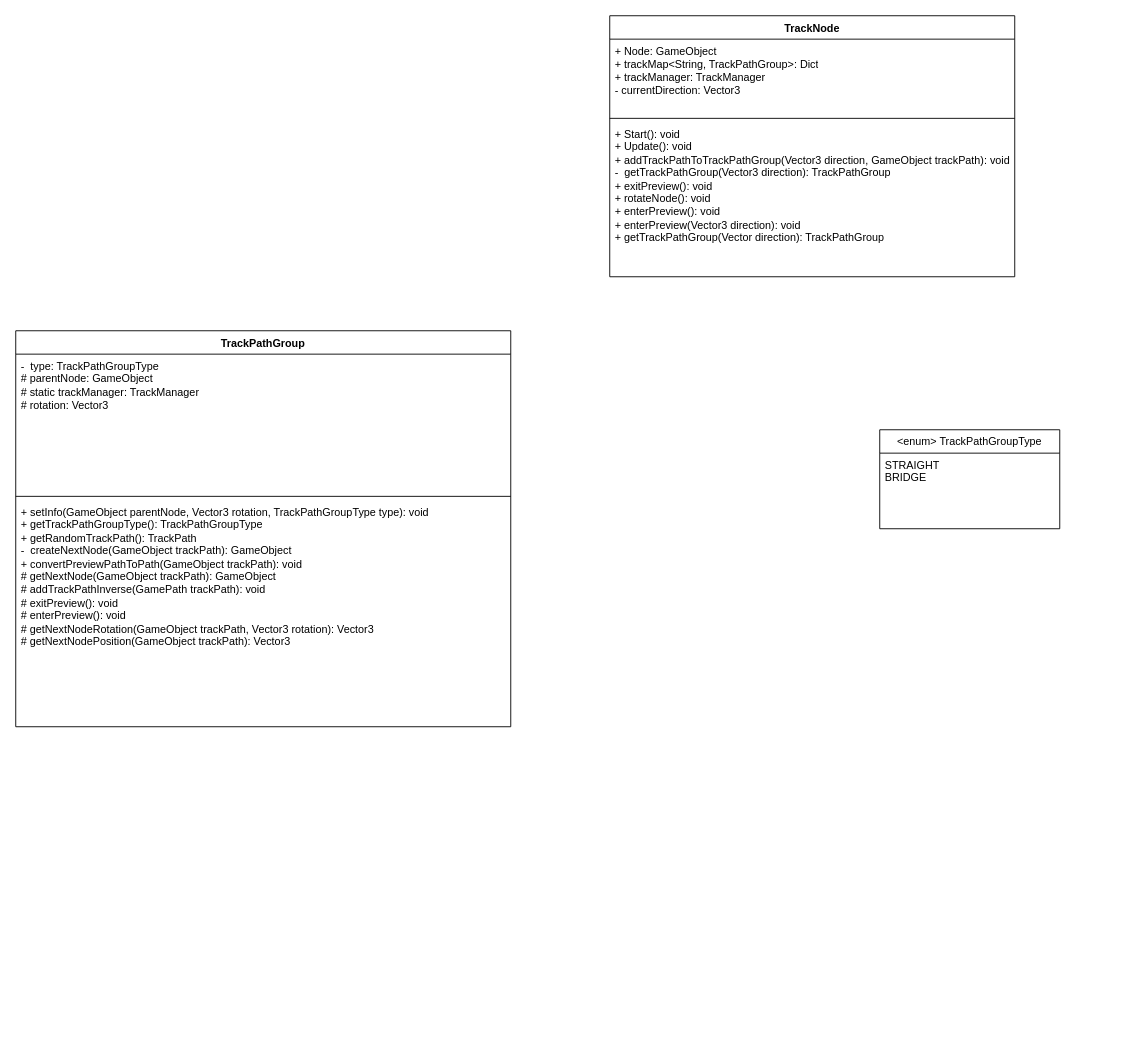
Earlier version of the draw.io diagram Untitled Diagram.drawio (imohamedibrahim/Random-Cricket). Source tidied: cells renumbered, new cells numbered last; positions are measured from the earlier drawing's top-left corner, leaving out a move shared by most shapes. Both pictures are drawn from the tidied source at 90%, with x=0, y=0 at pixel (15, 15).
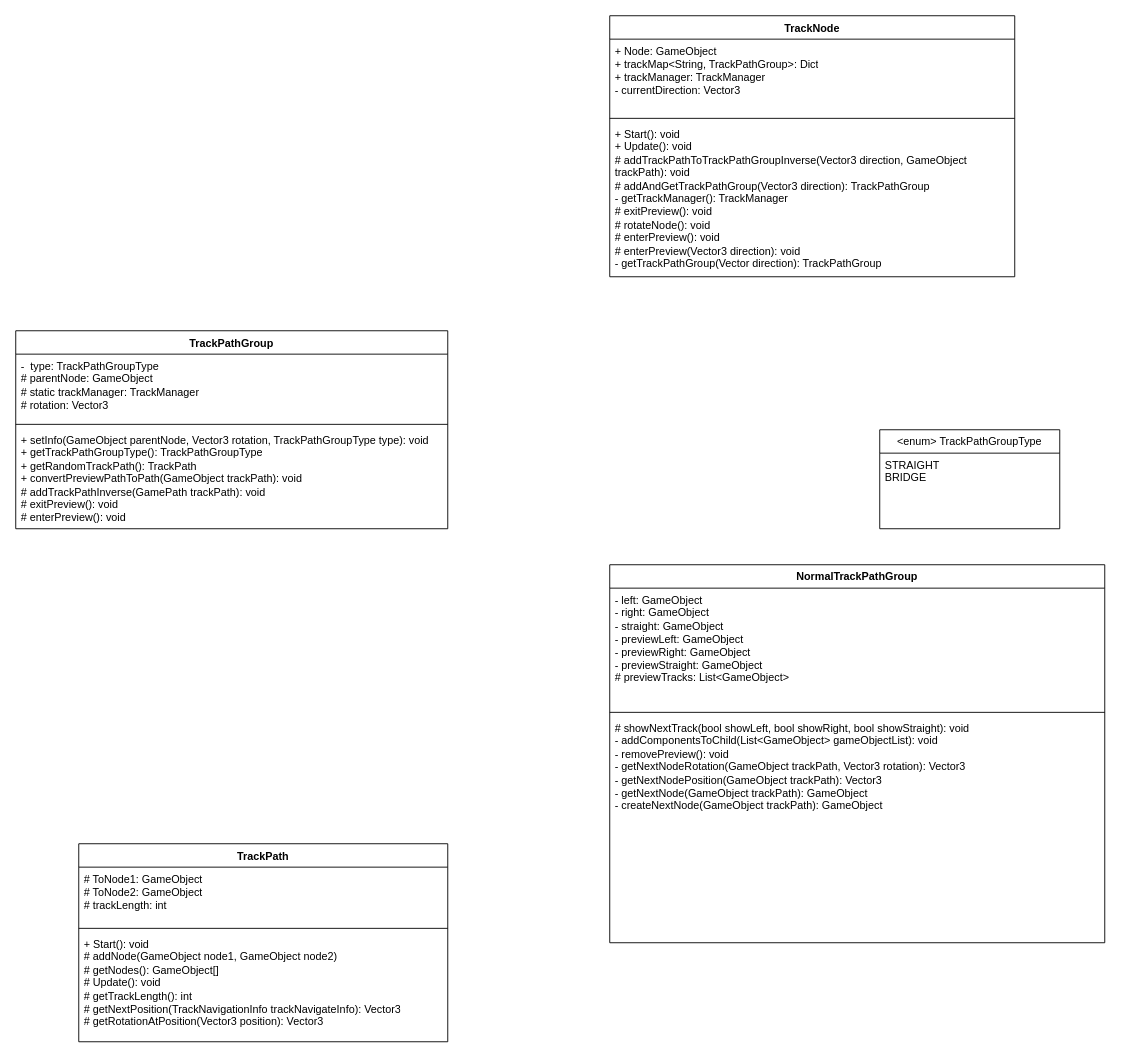
Above is the later version.

Change to the diagram source:
```diff
@@
 <mxGraphModel>
   <root>
     <mxCell id="0" />
     <mxCell id="1" parent="0" />
     <mxCell id="2" value="TrackNode" style="swimlane;fontStyle=1;align=center;verticalAlign=top;horizontal=1;startSize=26;whiteSpace=wrap;html=1;" parent="1" vertex="1">
       <mxGeometry x="660" width="450" height="290" as="geometry" />
     </mxCell>
     <mxCell id="3" value="+ Node: GameObject&lt;br&gt;+ trackMap&amp;lt;String, TrackPathGroup&amp;gt;: Dict&lt;br&gt;+ trackManager: TrackManager&lt;br&gt;- currentDirection: Vector3" style="text;strokeColor=none;fillColor=none;align=left;verticalAlign=top;spacingLeft=4;spacingRight=4;overflow=hidden;whiteSpace=wrap;html=1;" parent="2" vertex="1">
       <mxGeometry y="26" width="450" height="84" as="geometry" />
     </mxCell>
     <mxCell id="4" style="line;strokeWidth=1;fillColor=none;align=left;verticalAlign=middle;spacingTop=-1;spacingLeft=3;spacingRight=3;labelPosition=right;strokeColor=inherit;" parent="2" vertex="1">
       <mxGeometry y="110" width="450" height="8" as="geometry" />
     </mxCell>
-    <mxCell id="5" value="+ Start(): void&lt;br&gt;+ Update(): void&lt;br&gt;+ addTrackPathToTrackPathGroup(Vector3 direction, GameObject trackPath): void&lt;br&gt;-&amp;nbsp; getTrackPathGroup(Vector3 direction): TrackPathGroup&lt;br&gt;+ exitPreview(): void&lt;br&gt;+ rotateNode(): void&lt;br&gt;+ enterPreview(): void&lt;br&gt;+ enterPreview(Vector3 direction): void&lt;br&gt;+ getTrackPathGroup(Vector direction): TrackPathGroup" style="text;strokeColor=none;fillColor=none;align=left;verticalAlign=top;spacingLeft=4;spacingRight=4;overflow=hidden;whiteSpace=wrap;html=1;" parent="2" vertex="1">
+    <mxCell id="5" value="+ Start(): void&lt;br&gt;+ Update(): void&lt;br&gt;# addTrackPathToTrackPathGroupInverse(Vector3 direction, GameObject trackPath): void&lt;br&gt;#&amp;nbsp;addAndGetTrackPathGroup&lt;span style=&quot;background-color: initial;&quot;&gt;(Vector3 direction): TrackPathGroup&lt;/span&gt;&lt;br&gt;- getTrackManager(): TrackManager&lt;br&gt;# exitPreview(): void&lt;br&gt;# rotateNode(): void&lt;br&gt;# enterPreview(): void&lt;br&gt;# enterPreview(Vector3 direction): void&lt;br&gt;- getTrackPathGroup(Vector direction): TrackPathGroup" style="text;strokeColor=none;fillColor=none;align=left;verticalAlign=top;spacingLeft=4;spacingRight=4;overflow=hidden;whiteSpace=wrap;html=1;" parent="2" vertex="1">
       <mxGeometry y="118" width="450" height="172" as="geometry" />
     </mxCell>
     <mxCell id="6" value="TrackPathGroup" style="swimlane;fontStyle=1;align=center;verticalAlign=top;horizontal=1;startSize=26;whiteSpace=wrap;html=1;" parent="1" vertex="1">
-      <mxGeometry y="350" width="550" height="440" as="geometry" />
+      <mxGeometry y="350" width="480" height="220" as="geometry" />
     </mxCell>
     <mxCell id="7" value="-&amp;nbsp; type: TrackPathGroupType&lt;br&gt;# parentNode: GameObject&lt;br&gt;# static trackManager: TrackManager&lt;br&gt;# rotation: Vector3&lt;br&gt;&amp;nbsp;" style="text;strokeColor=none;fillColor=none;align=left;verticalAlign=top;spacingLeft=4;spacingRight=4;overflow=hidden;whiteSpace=wrap;html=1;" parent="6" vertex="1">
-      <mxGeometry y="26" width="550" height="154" as="geometry" />
+      <mxGeometry y="26" width="480" height="74" as="geometry" />
     </mxCell>
     <mxCell id="8" style="line;strokeWidth=1;fillColor=none;align=left;verticalAlign=middle;spacingTop=-1;spacingLeft=3;spacingRight=3;labelPosition=right;strokeColor=inherit;" parent="6" vertex="1">
-      <mxGeometry y="180" width="550" height="8" as="geometry" />
+      <mxGeometry y="100" width="480" height="8" as="geometry" />
     </mxCell>
-    <mxCell id="9" value="+ setInfo(GameObject parentNode, Vector3 rotation, TrackPathGroupType type): void&lt;br&gt;+ getTrackPathGroupType(): TrackPathGroupType&lt;br&gt;+ getRandomTrackPath(): TrackPath&lt;br&gt;-&amp;nbsp; createNextNode(GameObject trackPath): GameObject&lt;br&gt;+&amp;nbsp;convertPreviewPathToPath(GameObject trackPath): void&lt;br&gt;# getNextNode(GameObject trackPath): GameObject&lt;br&gt;#&amp;nbsp;addTrackPathInverse(GamePath trackPath): void&lt;br&gt;# exitPreview(): void&lt;br&gt;# enterPreview(): void&lt;br&gt;#&amp;nbsp;getNextNodeRotation(GameObject trackPath, Vector3 rotation): Vector3&lt;br&gt;#&amp;nbsp;getNextNodePosition(GameObject trackPath): Vector3&lt;br&gt;&lt;br&gt;&lt;br&gt;&lt;br&gt;" style="text;strokeColor=none;fillColor=none;align=left;verticalAlign=top;spacingLeft=4;spacingRight=4;overflow=hidden;whiteSpace=wrap;html=1;" parent="6" vertex="1">
-      <mxGeometry y="188" width="550" height="252" as="geometry" />
+    <mxCell id="9" value="+ setInfo(GameObject parentNode, Vector3 rotation, TrackPathGroupType type): void&lt;br&gt;+ getTrackPathGroupType(): TrackPathGroupType&lt;br&gt;+ getRandomTrackPath(): TrackPath&lt;br&gt;+&amp;nbsp;convertPreviewPathToPath(GameObject trackPath): void&lt;br&gt;#&amp;nbsp;addTrackPathInverse(GamePath trackPath): void&lt;br&gt;# exitPreview(): void&lt;br&gt;# enterPreview(): void&lt;br&gt;" style="text;strokeColor=none;fillColor=none;align=left;verticalAlign=top;spacingLeft=4;spacingRight=4;overflow=hidden;whiteSpace=wrap;html=1;" parent="6" vertex="1">
+      <mxGeometry y="108" width="480" height="112" as="geometry" />
     </mxCell>
     <mxCell id="10" value="&amp;lt;enum&amp;gt; TrackPathGroupType" style="swimlane;fontStyle=0;horizontal=1;startSize=26;fillColor=none;whiteSpace=wrap;html=1;" parent="1" vertex="1">
       <mxGeometry x="960" y="460" width="200" height="110" as="geometry" />
     </mxCell>
     <mxCell id="11" value="STRAIGHT&lt;br&gt;BRIDGE&lt;span style=&quot;white-space: pre;&quot;&gt; &lt;/span&gt;" style="text;strokeColor=none;fillColor=none;align=left;verticalAlign=top;spacingLeft=4;spacingRight=4;overflow=hidden;whiteSpace=wrap;html=1;" parent="10" vertex="1">
       <mxGeometry y="26" width="200" height="84" as="geometry" />
     </mxCell>
+    <mxCell id="12" value="TrackPath" style="swimlane;fontStyle=1;align=center;verticalAlign=top;horizontal=1;startSize=26;whiteSpace=wrap;html=1;" parent="1" vertex="1">
+      <mxGeometry x="70" y="920" width="410" height="220" as="geometry" />
+    </mxCell>
+    <mxCell id="13" value="# ToNode1: GameObject&lt;br&gt;# ToNode2: GameObject&lt;br&gt;# trackLength: int" style="text;strokeColor=none;fillColor=none;align=left;verticalAlign=top;spacingLeft=4;spacingRight=4;overflow=hidden;whiteSpace=wrap;html=1;" parent="12" vertex="1">
+      <mxGeometry y="26" width="410" height="64" as="geometry" />
+    </mxCell>
+    <mxCell id="14" style="line;strokeWidth=1;fillColor=none;align=left;verticalAlign=middle;spacingTop=-1;spacingLeft=3;spacingRight=3;labelPosition=right;strokeColor=inherit;" parent="12" vertex="1">
+      <mxGeometry y="90" width="410" height="8" as="geometry" />
+    </mxCell>
+    <mxCell id="15" value="+ Start(): void&lt;br&gt;# addNode(GameObject node1, GameObject node2)&lt;br&gt;# getNodes(): GameObject[]&lt;br&gt;# Update(): void&lt;br&gt;# getTrackLength(): int&lt;br&gt;# getNextPosition(TrackNavigationInfo trackNavigateInfo): Vector3&lt;br&gt;# getRotationAtPosition(Vector3 position): Vector3&lt;br&gt;" style="text;strokeColor=none;fillColor=none;align=left;verticalAlign=top;spacingLeft=4;spacingRight=4;overflow=hidden;whiteSpace=wrap;html=1;" parent="12" vertex="1">
+      <mxGeometry y="98" width="410" height="122" as="geometry" />
+    </mxCell>
+    <mxCell id="16" value="NormalTrackPathGroup" style="swimlane;fontStyle=1;align=center;verticalAlign=top;horizontal=1;startSize=26;whiteSpace=wrap;html=1;" parent="1" vertex="1">
+      <mxGeometry x="660" y="610" width="550" height="420" as="geometry" />
+    </mxCell>
+    <mxCell id="17" value="- left: GameObject&lt;br&gt;- right: GameObject&lt;br&gt;- straight: GameObject&lt;br&gt;- previewLeft: GameObject&lt;br&gt;- previewRight: GameObject&lt;br&gt;- previewStraight: GameObject&lt;br&gt;#&amp;nbsp;previewTracks: List&amp;lt;GameObject&amp;gt;" style="text;strokeColor=none;fillColor=none;align=left;verticalAlign=top;spacingLeft=4;spacingRight=4;overflow=hidden;whiteSpace=wrap;html=1;" parent="16" vertex="1">
+      <mxGeometry y="26" width="550" height="134" as="geometry" />
+    </mxCell>
+    <mxCell id="18" style="line;strokeWidth=1;fillColor=none;align=left;verticalAlign=middle;spacingTop=-1;spacingLeft=3;spacingRight=3;labelPosition=right;strokeColor=inherit;" parent="16" vertex="1">
+      <mxGeometry y="160" width="550" height="8" as="geometry" />
+    </mxCell>
+    <mxCell id="19" value="# showNextTrack(bool showLeft, bool showRight, bool showStraight): void&lt;br&gt;-&amp;nbsp;addComponentsToChild(List&amp;lt;GameObject&amp;gt; gameObjectList): void&lt;br&gt;- removePreview(): void&lt;br&gt;- getNextNodeRotation(GameObject trackPath, Vector3 rotation): Vector3&lt;br&gt;- getNextNodePosition(GameObject trackPath): Vector3&lt;br&gt;- getNextNode(GameObject trackPath): GameObject&lt;br&gt;- createNextNode(GameObject trackPath): GameObject" style="text;strokeColor=none;fillColor=none;align=left;verticalAlign=top;spacingLeft=4;spacingRight=4;overflow=hidden;whiteSpace=wrap;html=1;" parent="16" vertex="1">
+      <mxGeometry y="168" width="550" height="252" as="geometry" />
+    </mxCell>
   </root>
 </mxGraphModel>
```
